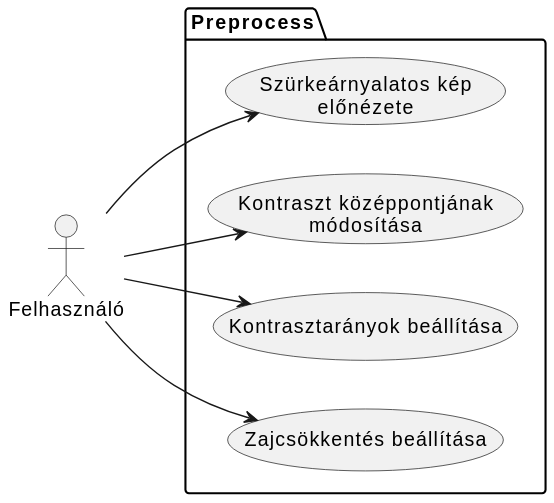
Earlier version of the PlantUML export documentation/Preprocess.svg (JasonBlackth/img-to-map). The source it was exported from:
```plantuml
@startuml
left to right direction

package Preprocess{
    usecase (P1) as "Zajcsökkentés beállítása"
    usecase (P2) as "Kontrasztarányok beállítása"
    usecase (P3) as "Kontraszt középpontjának\nmódosítása"
    usecase (P4) as "Szürkeárnyalatos kép\nelőnézete"
}

actor :Felhasználó: as User1


User1 --> (P1)
User1 --> (P2)
User1 --> (P3)
User1 --> (P4)
@enduml
```
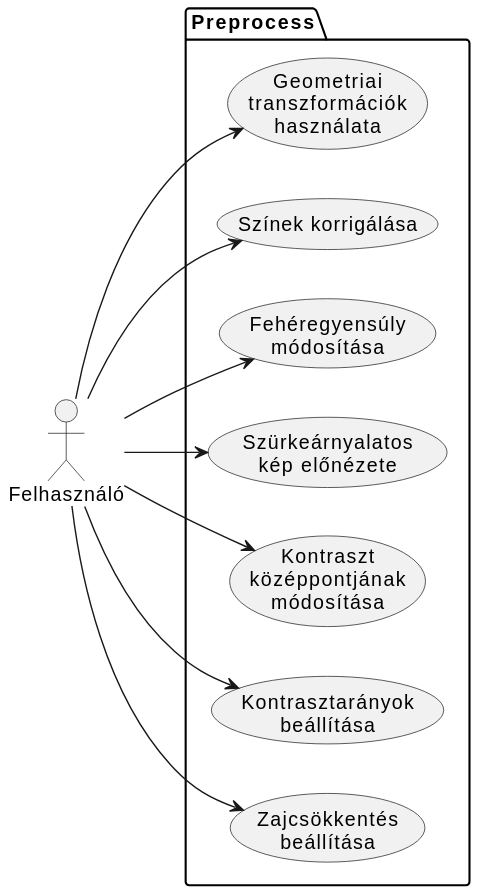
Above is the later version.

Diff of the diagram source:
```diff
@@ -2,10 +2,13 @@
 left to right direction
 
 package Preprocess{
-    usecase (P1) as "Zajcsökkentés beállítása"
-    usecase (P2) as "Kontrasztarányok beállítása"
-    usecase (P3) as "Kontraszt középpontjának\nmódosítása"
-    usecase (P4) as "Szürkeárnyalatos kép\nelőnézete"
+    usecase (P1) as "Zajcsökkentés\nbeállítása"
+    usecase (P2) as "Kontrasztarányok\nbeállítása"
+    usecase (P3) as "Kontraszt\nközéppontjának\nmódosítása"
+    usecase (P4) as "Szürkeárnyalatos\nkép előnézete"
+    usecase (P5) as "Fehéregyensúly\nmódosítása"
+    usecase (P6) as "Színek korrigálása"
+    usecase (P7) as "Geometriai\ntranszformációk\nhasználata"
 }
 
 actor :Felhasználó: as User1
@@ -15,4 +18,7 @@
 User1 --> (P2)
 User1 --> (P3)
 User1 --> (P4)
+User1 --> (P5)
+User1 --> (P6)
+User1 --> (P7)
 @enduml
```
